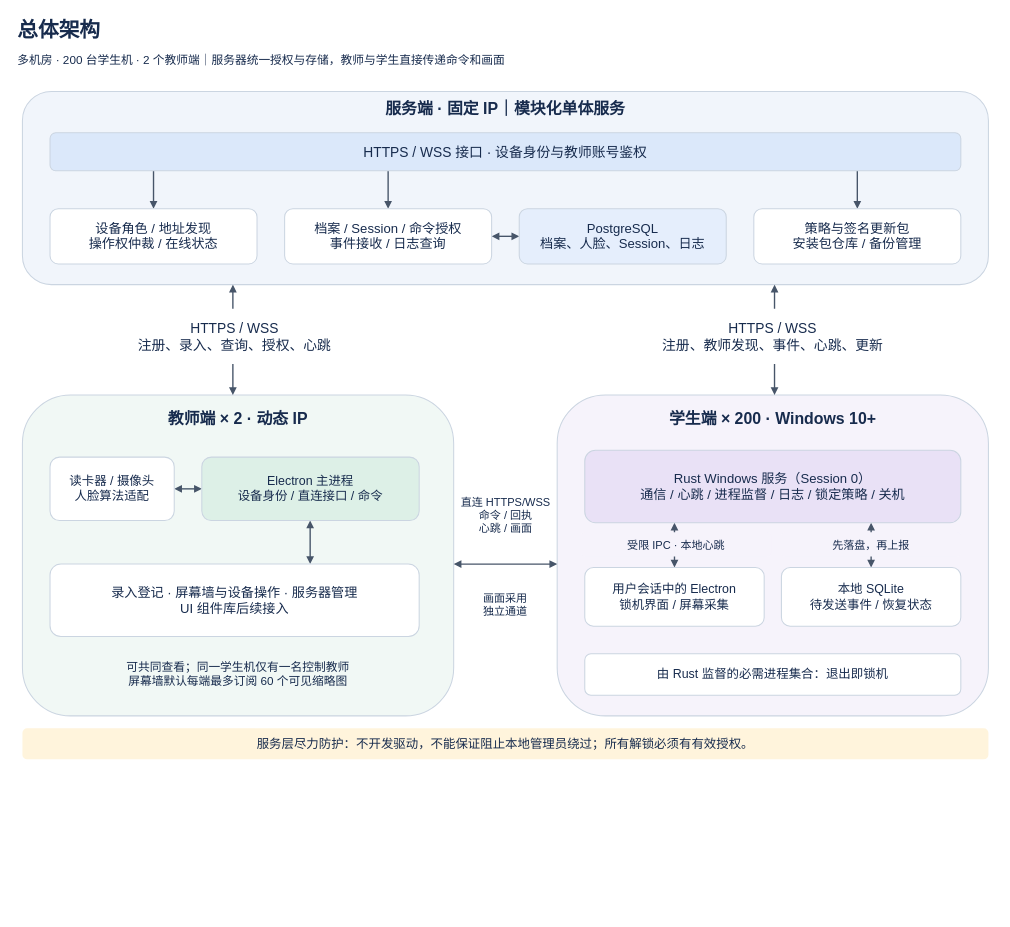
Earlier version of the draw.io diagram page "总体架构" (1 of 3) of docs/architecture.drawio (lmyzzzz/cyez-library-management). Source tidied: cells renumbered, new cells numbered last; positions are measured from the earlier drawing's top-left corner, leaving out a move shared by most shapes. Both pictures are drawn from the tidied source at 69%, with x=0, y=0 at pixel (12, 12).
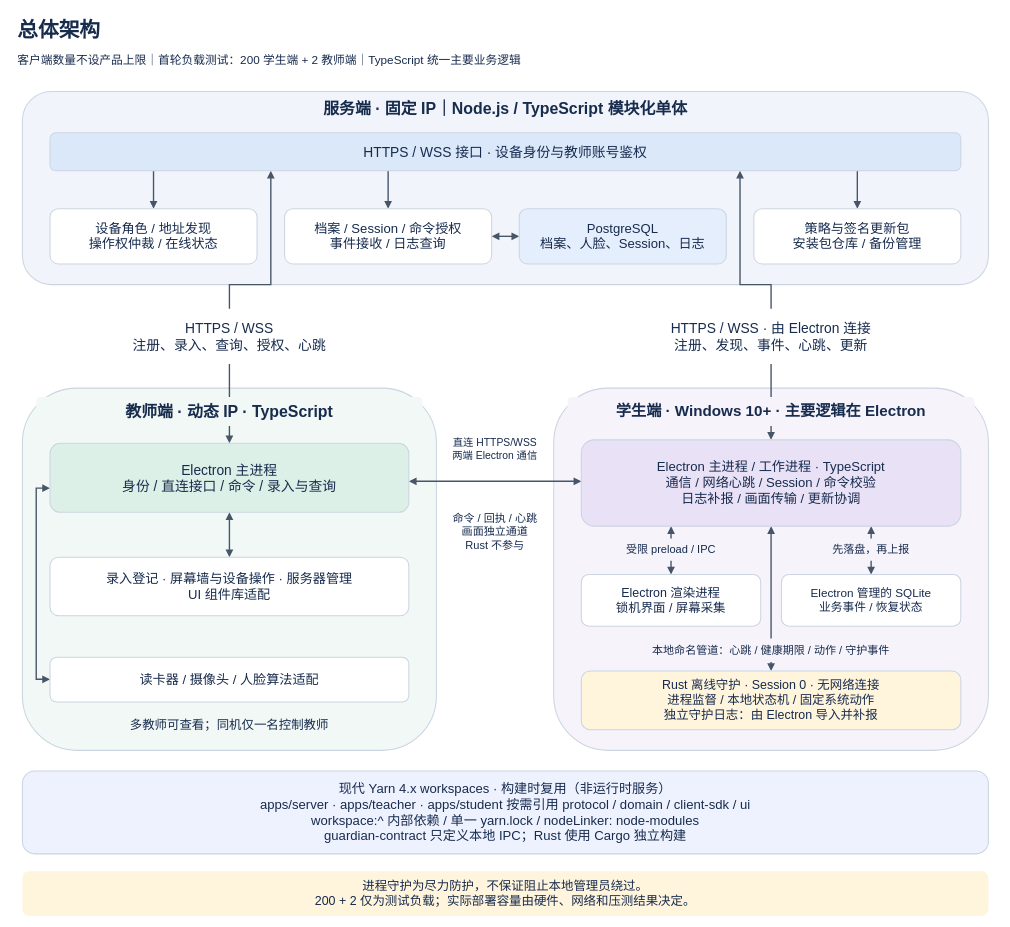
After the change.

Commit message (it also covers changes not shown here):
docs: move student logic to Electron and define Yarn workspaces

The change refers to these unchanged cells:
```xml
<mxCell id="2" style="rounded=1;whiteSpace=wrap;html=0;fillColor=#f1f5fb;strokeColor=#cbd5e1;strokeWidth=1.5;fontColor=#172b4d;fontFamily=Microsoft YaHei;fontSize=18;fontStyle=0;align=center;verticalAlign=middle;spacing=8;" parent="1" vertex="1">
  <mxGeometry x="15" y="115" width="1400" height="280" as="geometry" />
</mxCell>
<mxCell id="19" value="HTTPS / WSS 接口 · 设备身份与教师账号鉴权" style="rounded=1;whiteSpace=wrap;html=0;fillColor=#dbe8fa;strokeColor=#cbd5e1;strokeWidth=1.5;fontColor=#172b4d;fontFamily=Microsoft YaHei;fontSize=20;fontStyle=0;align=center;verticalAlign=middle;spacing=8;" parent="1" vertex="1">
  <mxGeometry x="55" y="175" width="1320" height="55" as="geometry" />
</mxCell>
```

Change to the diagram source:
```diff
@@
     <mxCell id="3" style="rounded=1;whiteSpace=wrap;html=0;fillColor=#f1f8f5;strokeColor=#cbd5e1;strokeWidth=1.5;fontColor=#172b4d;fontFamily=Microsoft YaHei;fontSize=18;fontStyle=0;align=center;verticalAlign=middle;spacing=8;" parent="1" vertex="1">
-      <mxGeometry x="15" y="555" width="625" height="465" as="geometry" />
+      <mxGeometry x="15" y="545" width="600" height="525" as="geometry" />
     </mxCell>
     <mxCell id="4" style="rounded=1;whiteSpace=wrap;html=0;fillColor=#f6f3fb;strokeColor=#cbd5e1;strokeWidth=1.5;fontColor=#172b4d;fontFamily=Microsoft YaHei;fontSize=18;fontStyle=0;align=center;verticalAlign=middle;spacing=8;" parent="1" vertex="1">
-      <mxGeometry x="790" y="555" width="625" height="465" as="geometry" />
+      <mxGeometry x="785" y="545" width="630" height="525" as="geometry" />
     </mxCell>
@@
+    <mxCell id="10" style="edgeStyle=none;rounded=0;html=0;strokeColor=#475569;strokeWidth=2;endArrow=block;endFill=1;startArrow=block;startFill=1;dashed=0;exitX=0.5;exitY=1.0;exitPerimeter=0;entryX=0.5;entryY=0.0;entryPerimeter=0;" parent="1" edge="1" source="26" target="27">
+      <mxGeometry relative="1" as="geometry" />
+    </mxCell>
-    <mxCell id="9" style="edgeStyle=none;rounded=0;html=0;strokeColor=#475569;strokeWidth=2;endArrow=block;endFill=1;startArrow=block;startFill=1;dashed=0;exitX=1.0;exitY=0.5;exitPerimeter=0;entryX=0.0;entryY=0.5;entryPerimeter=0;" parent="1" edge="1" source="25" target="26">
-      <mxGeometry relative="1" as="geometry" />
+    <mxCell id="9" style="edgeStyle=none;rounded=0;html=0;strokeColor=#475569;strokeWidth=2;endArrow=block;endFill=1;startArrow=block;startFill=1;dashed=0;exitX=0.0;exitY=0.49230769230769234;exitPerimeter=0;entryX=0.0;entryY=0.65;entryPerimeter=0;" parent="1" edge="1" source="25" target="26">
+      <mxGeometry relative="1" as="geometry">
+        <Array as="points">
+          <mxPoint x="35" y="967" />
+          <mxPoint x="35" y="690" />
+        </Array>
+      </mxGeometry>
     </mxCell>
-    <mxCell id="10" style="edgeStyle=none;rounded=0;html=0;strokeColor=#475569;strokeWidth=2;endArrow=block;endFill=1;startArrow=block;startFill=1;dashed=0;exitX=0.4984126984126984;exitY=1.0;exitPerimeter=0;entryX=0.7046728971962617;entryY=0.0;entryPerimeter=0;" parent="1" edge="1" source="26" target="27">
-      <mxGeometry relative="1" as="geometry" />
-    </mxCell>
-    <mxCell id="11" style="edgeStyle=none;rounded=0;html=0;strokeColor=#475569;strokeWidth=2;endArrow=block;endFill=1;startArrow=block;startFill=1;dashed=0;exitX=0.23853211009174313;exitY=1.0;exitPerimeter=0;entryX=0.5;entryY=0.0;entryPerimeter=0;" parent="1" edge="1" source="30" target="31">
-      <mxGeometry relative="1" as="geometry" />
-    </mxCell>
-    <mxCell id="12" style="edgeStyle=none;rounded=0;html=0;strokeColor=#475569;strokeWidth=2;endArrow=block;endFill=1;startArrow=block;startFill=1;dashed=0;exitX=0.7614678899082569;exitY=1.0;exitPerimeter=0;entryX=0.5;entryY=0.0;entryPerimeter=0;" parent="1" edge="1" source="30" target="32">
-      <mxGeometry relative="1" as="geometry" />
-    </mxCell>
+    <mxCell id="41" style="edgeStyle=none;rounded=0;html=0;strokeColor=#475569;strokeWidth=2;endArrow=block;endFill=1;startArrow=block;startFill=1;dashed=0;exitX=0.23636363636363636;exitY=1.0;exitPerimeter=0;entryX=0.5;entryY=0.0;entryPerimeter=0;" parent="1" edge="1" source="44" target="45">
+      <mxGeometry relative="1" as="geometry" />
+    </mxCell>
+    <mxCell id="42" style="edgeStyle=none;rounded=0;html=0;strokeColor=#475569;strokeWidth=2;endArrow=block;endFill=1;startArrow=block;startFill=1;dashed=0;exitX=0.7636363636363637;exitY=1.0;exitPerimeter=0;entryX=0.5;entryY=0.0;entryPerimeter=0;" parent="1" edge="1" source="44" target="32">
+      <mxGeometry relative="1" as="geometry" />
+    </mxCell>
+    <mxCell id="43" style="edgeStyle=none;rounded=0;html=0;strokeColor=#475569;strokeWidth=2;endArrow=block;endFill=1;startArrow=block;startFill=1;dashed=0;exitX=0.5;exitY=1.0;exitPerimeter=0;entryX=0.5;entryY=0.0;entryPerimeter=0;" parent="1" edge="1" source="44" target="30">
+      <mxGeometry relative="1" as="geometry" />
+    </mxCell>
-    <mxCell id="13" style="edgeStyle=none;rounded=0;html=0;strokeColor=#475569;strokeWidth=2;endArrow=block;endFill=1;startArrow=block;startFill=1;dashed=0;exitX=0.488;exitY=0.0;exitPerimeter=0;entryX=0.21785714285714286;entryY=1.0;entryPerimeter=0;" parent="1" edge="1" source="3" target="2">
-      <mxGeometry relative="1" as="geometry" />
+    <mxCell id="13" style="edgeStyle=none;rounded=0;html=0;strokeColor=#475569;strokeWidth=2;endArrow=block;endFill=1;startArrow=block;startFill=1;dashed=0;exitX=0.5;exitY=0.0;exitPerimeter=0;entryX=0.24242424242424243;entryY=1.0;entryPerimeter=0;" parent="1" edge="1" source="26" target="19">
+      <mxGeometry relative="1" as="geometry">
+        <Array as="points">
+          <mxPoint x="315" y="395" />
+          <mxPoint x="375" y="395" />
+        </Array>
+      </mxGeometry>
     </mxCell>
-    <mxCell id="14" style="edgeStyle=none;rounded=0;html=0;strokeColor=#475569;strokeWidth=2;endArrow=block;endFill=1;startArrow=block;startFill=1;dashed=0;exitX=0.504;exitY=0.0;exitPerimeter=0;entryX=0.7785714285714286;entryY=1.0;entryPerimeter=0;" parent="1" edge="1" source="4" target="2">
-      <mxGeometry relative="1" as="geometry" />
+    <mxCell id="14" style="edgeStyle=none;rounded=0;html=0;strokeColor=#475569;strokeWidth=2;endArrow=block;endFill=1;startArrow=block;startFill=1;dashed=0;exitX=0.5;exitY=0.0;exitPerimeter=0;entryX=0.7575757575757576;entryY=1.0;entryPerimeter=0;" parent="1" edge="1" source="44" target="19">
+      <mxGeometry relative="1" as="geometry">
+        <Array as="points">
+          <mxPoint x="1100" y="395" />
+          <mxPoint x="1055" y="395" />
+        </Array>
+      </mxGeometry>
     </mxCell>
-    <mxCell id="15" style="edgeStyle=none;rounded=0;html=0;strokeColor=#475569;strokeWidth=2;endArrow=block;endFill=1;startArrow=block;startFill=1;dashed=0;exitX=1.0;exitY=0.5268817204301075;exitPerimeter=0;entryX=0.0;entryY=0.5268817204301075;entryPerimeter=0;" parent="1" edge="1" source="3" target="4">
+    <mxCell id="15" style="edgeStyle=none;rounded=0;html=0;strokeColor=#475569;strokeWidth=2;endArrow=block;endFill=1;startArrow=block;startFill=1;dashed=0;exitX=1.0;exitY=0.55;exitPerimeter=0;entryX=0.0;entryY=0.48;entryPerimeter=0;" parent="1" edge="1" source="26" target="44">
       <mxGeometry relative="1" as="geometry" />
     </mxCell>
@@
-    <mxCell id="17" value="多机房 · 200 台学生机 · 2 个教师端｜服务器统一授权与存储，教师与学生直接传递命令和画面" style="rounded=1;whiteSpace=wrap;html=0;fillColor=none;strokeColor=none;strokeWidth=1.5;fontColor=#172b4d;fontFamily=Microsoft YaHei;fontSize=17;fontStyle=0;align=left;verticalAlign=middle;spacing=8;" parent="1" vertex="1">
+    <mxCell id="17" value="客户端数量不设产品上限｜首轮负载测试：200 学生端 + 2 教师端｜TypeScript 统一主要业务逻辑" style="rounded=1;whiteSpace=wrap;html=0;fillColor=none;strokeColor=none;strokeWidth=1.5;fontColor=#172b4d;fontFamily=Microsoft YaHei;fontSize=17;fontStyle=0;align=left;verticalAlign=middle;spacing=8;" parent="1" vertex="1">
       <mxGeometry y="53" width="1430" height="36" as="geometry" />
     </mxCell>
-    <mxCell id="18" value="服务端 · 固定 IP｜模块化单体服务" style="rounded=1;whiteSpace=wrap;html=0;fillColor=none;strokeColor=none;strokeWidth=1.5;fontColor=#172b4d;fontFamily=Microsoft YaHei;fontSize=23;fontStyle=1;align=center;verticalAlign=middle;spacing=8;" parent="1" vertex="1">
+    <mxCell id="18" value="服务端 · 固定 IP｜Node.js / TypeScript 模块化单体" style="rounded=1;whiteSpace=wrap;html=0;fillColor=none;strokeColor=none;strokeWidth=1.5;fontColor=#172b4d;fontFamily=Microsoft YaHei;fontSize=23;fontStyle=1;align=center;verticalAlign=middle;spacing=8;" parent="1" vertex="1">
       <mxGeometry x="35" y="120" width="1360" height="40" as="geometry" />
     </mxCell>
@@
-    <mxCell id="24" value="教师端 × 2 · 动态 IP" style="rounded=1;whiteSpace=wrap;html=0;fillColor=none;strokeColor=none;strokeWidth=1.5;fontColor=#172b4d;fontFamily=Microsoft YaHei;fontSize=23;fontStyle=1;align=center;verticalAlign=middle;spacing=8;" parent="1" vertex="1">
-      <mxGeometry x="35" y="568" width="585" height="42" as="geometry" />
+    <mxCell id="24" value="教师端 · 动态 IP · TypeScript" style="rounded=1;whiteSpace=wrap;html=0;fillColor=#f1f8f5;strokeColor=none;strokeWidth=1.5;fontColor=#172b4d;fontFamily=Microsoft YaHei;fontSize=23;fontStyle=1;align=center;verticalAlign=middle;spacing=8;" parent="1" vertex="1">
+      <mxGeometry x="35" y="558" width="560" height="42" as="geometry" />
     </mxCell>
-    <mxCell id="25" value="读卡器 / 摄像头&#10;人脸算法适配" style="rounded=1;whiteSpace=wrap;html=0;fillColor=#ffffff;strokeColor=#cbd5e1;strokeWidth=1.5;fontColor=#172b4d;fontFamily=Microsoft YaHei;fontSize=18;fontStyle=0;align=center;verticalAlign=middle;spacing=8;" parent="1" vertex="1">
-      <mxGeometry x="55" y="645" width="180" height="92" as="geometry" />
-    </mxCell>
-    <mxCell id="26" value="Electron 主进程&#10;设备身份 / 直连接口 / 命令" style="rounded=1;whiteSpace=wrap;html=0;fillColor=#ddf0e7;strokeColor=#cbd5e1;strokeWidth=1.5;fontColor=#172b4d;fontFamily=Microsoft YaHei;fontSize=18;fontStyle=0;align=center;verticalAlign=middle;spacing=8;" parent="1" vertex="1">
-      <mxGeometry x="275" y="645" width="315" height="92" as="geometry" />
+    <mxCell id="26" value="Electron 主进程&#10;身份 / 直连接口 / 命令 / 录入与查询" style="rounded=1;whiteSpace=wrap;html=0;fillColor=#ddf0e7;strokeColor=#cbd5e1;strokeWidth=1.5;fontColor=#172b4d;fontFamily=Microsoft YaHei;fontSize=20;fontStyle=0;align=center;verticalAlign=middle;spacing=8;" parent="1" vertex="1">
+      <mxGeometry x="55" y="625" width="520" height="100" as="geometry" />
     </mxCell>
-    <mxCell id="27" value="录入登记 · 屏幕墙与设备操作 · 服务器管理&#10;UI 组件库后续接入" style="rounded=1;whiteSpace=wrap;html=0;fillColor=#ffffff;strokeColor=#cbd5e1;strokeWidth=1.5;fontColor=#172b4d;fontFamily=Microsoft YaHei;fontSize=19;fontStyle=0;align=center;verticalAlign=middle;spacing=8;" parent="1" vertex="1">
-      <mxGeometry x="55" y="800" width="535" height="105" as="geometry" />
+    <mxCell id="27" value="录入登记 · 屏幕墙与设备操作 · 服务器管理&#10;UI 组件库适配" style="rounded=1;whiteSpace=wrap;html=0;fillColor=#ffffff;strokeColor=#cbd5e1;strokeWidth=1.5;fontColor=#172b4d;fontFamily=Microsoft YaHei;fontSize=19;fontStyle=0;align=center;verticalAlign=middle;spacing=8;" parent="1" vertex="1">
+      <mxGeometry x="55" y="790" width="520" height="85" as="geometry" />
     </mxCell>
+    <mxCell id="25" value="读卡器 / 摄像头 / 人脸算法适配" style="rounded=1;whiteSpace=wrap;html=0;fillColor=#ffffff;strokeColor=#cbd5e1;strokeWidth=1.5;fontColor=#172b4d;fontFamily=Microsoft YaHei;fontSize=19;fontStyle=0;align=center;verticalAlign=middle;spacing=8;" parent="1" vertex="1">
+      <mxGeometry x="55" y="935" width="520" height="65" as="geometry" />
+    </mxCell>
-    <mxCell id="28" value="可共同查看；同一学生机仅有一名控制教师&#10;屏幕墙默认每端最多订阅 60 个可见缩略图" style="rounded=1;whiteSpace=wrap;html=0;fillColor=none;strokeColor=none;strokeWidth=1.5;fontColor=#172b4d;fontFamily=Microsoft YaHei;fontSize=17;fontStyle=0;align=center;verticalAlign=middle;spacing=8;" parent="1" vertex="1">
-      <mxGeometry x="45" y="930" width="565" height="60" as="geometry" />
+    <mxCell id="28" value="多教师可查看；同机仅一名控制教师" style="rounded=1;whiteSpace=wrap;html=0;fillColor=none;strokeColor=none;strokeWidth=1.5;fontColor=#172b4d;fontFamily=Microsoft YaHei;fontSize=18;fontStyle=0;align=center;verticalAlign=middle;spacing=8;" parent="1" vertex="1">
+      <mxGeometry x="45" y="1010" width="540" height="45" as="geometry" />
     </mxCell>
-    <mxCell id="29" value="学生端 × 200 · Windows 10+" style="rounded=1;whiteSpace=wrap;html=0;fillColor=none;strokeColor=none;strokeWidth=1.5;fontColor=#172b4d;fontFamily=Microsoft YaHei;fontSize=23;fontStyle=1;align=center;verticalAlign=middle;spacing=8;" parent="1" vertex="1">
-      <mxGeometry x="810" y="568" width="585" height="42" as="geometry" />
+    <mxCell id="29" value="学生端 · Windows 10+ · 主要逻辑在 Electron" style="rounded=1;whiteSpace=wrap;html=0;fillColor=#f6f3fb;strokeColor=none;strokeWidth=1.5;fontColor=#172b4d;fontFamily=Microsoft YaHei;fontSize=22;fontStyle=1;align=center;verticalAlign=middle;spacing=8;" parent="1" vertex="1">
+      <mxGeometry x="805" y="558" width="590" height="42" as="geometry" />
     </mxCell>
+    <mxCell id="44" value="Electron 主进程 / 工作进程 · TypeScript&#10;通信 / 网络心跳 / Session / 命令校验&#10;日志补报 / 画面传输 / 更新协调" style="rounded=1;whiteSpace=wrap;html=0;fillColor=#e9e1f6;strokeColor=#cbd5e1;strokeWidth=1.5;fontColor=#172b4d;fontFamily=Microsoft YaHei;fontSize=19;fontStyle=0;align=center;verticalAlign=middle;spacing=8;" parent="1" vertex="1">
+      <mxGeometry x="825" y="620" width="550" height="125" as="geometry" />
+    </mxCell>
+    <mxCell id="45" value="Electron 渲染进程&#10;锁机界面 / 屏幕采集" style="rounded=1;whiteSpace=wrap;html=0;fillColor=#ffffff;strokeColor=#cbd5e1;strokeWidth=1.5;fontColor=#172b4d;fontFamily=Microsoft YaHei;fontSize=18;fontStyle=0;align=center;verticalAlign=middle;spacing=8;" parent="1" vertex="1">
+      <mxGeometry x="825" y="815" width="260" height="75" as="geometry" />
+    </mxCell>
+    <mxCell id="32" value="Electron 管理的 SQLite&#10;业务事件 / 恢复状态" style="rounded=1;whiteSpace=wrap;html=0;fillColor=#ffffff;strokeColor=#cbd5e1;strokeWidth=1.5;fontColor=#172b4d;fontFamily=Microsoft YaHei;fontSize=17;fontStyle=0;align=center;verticalAlign=middle;spacing=8;" parent="1" vertex="1">
+      <mxGeometry x="1115" y="815" width="260" height="75" as="geometry" />
+    </mxCell>
+    <mxCell id="46" value="受限 preload / IPC" style="rounded=1;whiteSpace=wrap;html=0;fillColor=#f6f3fb;strokeColor=none;strokeWidth=1.5;fontColor=#172b4d;fontFamily=Microsoft YaHei;fontSize=16;fontStyle=0;align=center;verticalAlign=middle;spacing=8;" parent="1" vertex="1">
+      <mxGeometry x="830" y="763" width="250" height="32" as="geometry" />
+    </mxCell>
+    <mxCell id="34" value="先落盘，再上报" style="rounded=1;whiteSpace=wrap;html=0;fillColor=#f6f3fb;strokeColor=none;strokeWidth=1.5;fontColor=#172b4d;fontFamily=Microsoft YaHei;fontSize=16;fontStyle=0;align=center;verticalAlign=middle;spacing=8;" parent="1" vertex="1">
+      <mxGeometry x="1115" y="763" width="260" height="32" as="geometry" />
+    </mxCell>
-    <mxCell id="30" value="Rust Windows 服务（Session 0）&#10;通信 / 心跳 / 进程监督 / 日志 / 锁定策略 / 关机" style="rounded=1;whiteSpace=wrap;html=0;fillColor=#e9e1f6;strokeColor=#cbd5e1;strokeWidth=1.5;fontColor=#172b4d;fontFamily=Microsoft YaHei;fontSize=19;fontStyle=0;align=center;verticalAlign=middle;spacing=8;" parent="1" vertex="1">
-      <mxGeometry x="830" y="635" width="545" height="105" as="geometry" />
+    <mxCell id="30" value="Rust 离线守护 · Session 0 · 无网络连接&#10;进程监督 / 本地状态机 / 固定系统动作&#10;独立守护日志：由 Electron 导入并补报" style="rounded=1;whiteSpace=wrap;html=0;fillColor=#fff4dc;strokeColor=#cbd5e1;strokeWidth=1.5;fontColor=#172b4d;fontFamily=Microsoft YaHei;fontSize=18;fontStyle=0;align=center;verticalAlign=middle;spacing=8;" parent="1" vertex="1">
+      <mxGeometry x="825" y="955" width="550" height="85" as="geometry" />
     </mxCell>
-    <mxCell id="31" value="用户会话中的 Electron&#10;锁机界面 / 屏幕采集" style="rounded=1;whiteSpace=wrap;html=0;fillColor=#ffffff;strokeColor=#cbd5e1;strokeWidth=1.5;fontColor=#172b4d;fontFamily=Microsoft YaHei;fontSize=18;fontStyle=0;align=center;verticalAlign=middle;spacing=8;" parent="1" vertex="1">
-      <mxGeometry x="830" y="805" width="260" height="85" as="geometry" />
-    </mxCell>
-    <mxCell id="32" value="本地 SQLite&#10;待发送事件 / 恢复状态" style="rounded=1;whiteSpace=wrap;html=0;fillColor=#ffffff;strokeColor=#cbd5e1;strokeWidth=1.5;fontColor=#172b4d;fontFamily=Microsoft YaHei;fontSize=18;fontStyle=0;align=center;verticalAlign=middle;spacing=8;" parent="1" vertex="1">
-      <mxGeometry x="1115" y="805" width="260" height="85" as="geometry" />
-    </mxCell>
-    <mxCell id="33" value="受限 IPC · 本地心跳" style="rounded=1;whiteSpace=wrap;html=0;fillColor=#f6f3fb;strokeColor=none;strokeWidth=1.5;fontColor=#172b4d;fontFamily=Microsoft YaHei;fontSize=16;fontStyle=0;align=center;verticalAlign=middle;spacing=8;" parent="1" vertex="1">
-      <mxGeometry x="825" y="754" width="275" height="35" as="geometry" />
-    </mxCell>
-    <mxCell id="34" value="先落盘，再上报" style="rounded=1;whiteSpace=wrap;html=0;fillColor=#f6f3fb;strokeColor=none;strokeWidth=1.5;fontColor=#172b4d;fontFamily=Microsoft YaHei;fontSize=16;fontStyle=0;align=center;verticalAlign=middle;spacing=8;" parent="1" vertex="1">
-      <mxGeometry x="1115" y="754" width="260" height="35" as="geometry" />
-    </mxCell>
-    <mxCell id="35" value="由 Rust 监督的必需进程集合：退出即锁机" style="rounded=1;whiteSpace=wrap;html=0;fillColor=#ffffff;strokeColor=#cbd5e1;strokeWidth=1.5;fontColor=#172b4d;fontFamily=Microsoft YaHei;fontSize=18;fontStyle=0;align=center;verticalAlign=middle;spacing=8;" parent="1" vertex="1">
-      <mxGeometry x="830" y="930" width="545" height="60" as="geometry" />
-    </mxCell>
+    <mxCell id="47" value="本地命名管道：心跳 / 健康期限 / 动作 / 守护事件" style="rounded=1;whiteSpace=wrap;html=0;fillColor=#f6f3fb;strokeColor=none;strokeWidth=1.5;fontColor=#172b4d;fontFamily=Microsoft YaHei;fontSize=16;fontStyle=0;align=center;verticalAlign=middle;spacing=8;" parent="1" vertex="1">
+      <mxGeometry x="830" y="908" width="540" height="34" as="geometry" />
+    </mxCell>
     <mxCell id="36" value="HTTPS / WSS&#10;注册、录入、查询、授权、心跳" style="rounded=1;whiteSpace=wrap;html=0;fillColor=#ffffff;strokeColor=none;strokeWidth=1.5;fontColor=#172b4d;fontFamily=Microsoft YaHei;fontSize=20;fontStyle=0;align=center;verticalAlign=middle;spacing=8;" parent="1" vertex="1">
-      <mxGeometry x="55" y="430" width="535" height="80" as="geometry" />
+      <mxGeometry x="55" y="430" width="520" height="80" as="geometry" />
     </mxCell>
-    <mxCell id="37" value="HTTPS / WSS&#10;注册、教师发现、事件、心跳、更新" style="rounded=1;whiteSpace=wrap;html=0;fillColor=#ffffff;strokeColor=none;strokeWidth=1.5;fontColor=#172b4d;fontFamily=Microsoft YaHei;fontSize=20;fontStyle=0;align=center;verticalAlign=middle;spacing=8;" parent="1" vertex="1">
-      <mxGeometry x="830" y="430" width="545" height="80" as="geometry" />
+    <mxCell id="37" value="HTTPS / WSS · 由 Electron 连接&#10;注册、发现、事件、心跳、更新" style="rounded=1;whiteSpace=wrap;html=0;fillColor=#ffffff;strokeColor=none;strokeWidth=1.5;fontColor=#172b4d;fontFamily=Microsoft YaHei;fontSize=20;fontStyle=0;align=center;verticalAlign=middle;spacing=8;" parent="1" vertex="1">
+      <mxGeometry x="825" y="430" width="550" height="80" as="geometry" />
     </mxCell>
-    <mxCell id="38" value="直连 HTTPS/WSS&#10;命令 / 回执&#10;心跳 / 画面" style="rounded=1;whiteSpace=wrap;html=0;fillColor=#ffffff;strokeColor=none;strokeWidth=1.5;fontColor=#172b4d;fontFamily=Microsoft YaHei;fontSize=16;fontStyle=0;align=center;verticalAlign=middle;spacing=8;" parent="1" vertex="1">
-      <mxGeometry x="643" y="672" width="145" height="113" as="geometry" />
+    <mxCell id="38" value="直连 HTTPS/WSS&#10;两端 Electron 通信" style="rounded=1;whiteSpace=wrap;html=0;fillColor=#ffffff;strokeColor=none;strokeWidth=1.5;fontColor=#172b4d;fontFamily=Microsoft YaHei;fontSize=15;fontStyle=0;align=center;verticalAlign=middle;spacing=8;" parent="1" vertex="1">
+      <mxGeometry x="618" y="600" width="164" height="66" as="geometry" />
     </mxCell>
-    <mxCell id="39" value="画面采用&#10;独立通道" style="rounded=1;whiteSpace=wrap;html=0;fillColor=none;strokeColor=none;strokeWidth=1.5;fontColor=#172b4d;fontFamily=Microsoft YaHei;fontSize=16;fontStyle=0;align=center;verticalAlign=middle;spacing=8;" parent="1" vertex="1">
-      <mxGeometry x="649" y="820" width="132" height="77" as="geometry" />
+    <mxCell id="39" value="命令 / 回执 / 心跳&#10;画面独立通道&#10;Rust 不参与" style="rounded=1;whiteSpace=wrap;html=0;fillColor=none;strokeColor=none;strokeWidth=1.5;fontColor=#172b4d;fontFamily=Microsoft YaHei;fontSize=16;fontStyle=0;align=center;verticalAlign=middle;spacing=8;" parent="1" vertex="1">
+      <mxGeometry x="621" y="700" width="158" height="105" as="geometry" />
     </mxCell>
+    <mxCell id="48" value="现代 Yarn 4.x workspaces · 构建时复用（非运行时服务）&#10;apps/server · apps/teacher · apps/student 按需引用 protocol / domain / client-sdk / ui&#10;workspace:^ 内部依赖 / 单一 yarn.lock / nodeLinker: node-modules&#10;guardian-contract 只定义本地 IPC；Rust 使用 Cargo 独立构建" style="rounded=1;whiteSpace=wrap;html=0;fillColor=#eef2ff;strokeColor=#cbd5e1;strokeWidth=1.5;fontColor=#172b4d;fontFamily=Microsoft YaHei;fontSize=19;fontStyle=0;align=center;verticalAlign=middle;spacing=8;" parent="1" vertex="1">
+      <mxGeometry x="15" y="1100" width="1400" height="120" as="geometry" />
+    </mxCell>
-    <mxCell id="40" value="服务层尽力防护：不开发驱动，不能保证阻止本地管理员绕过；所有解锁必须有有效授权。" style="rounded=1;whiteSpace=wrap;html=0;fillColor=#fff4dc;strokeColor=none;strokeWidth=1.5;fontColor=#172b4d;fontFamily=Microsoft YaHei;fontSize=18;fontStyle=0;align=center;verticalAlign=middle;spacing=8;" parent="1" vertex="1">
-      <mxGeometry x="15" y="1038" width="1400" height="45" as="geometry" />
+    <mxCell id="40" value="进程守护为尽力防护，不保证阻止本地管理员绕过。&#10;200 + 2 仅为测试负载；实际部署容量由硬件、网络和压测结果决定。" style="rounded=1;whiteSpace=wrap;html=0;fillColor=#fff4dc;strokeColor=none;strokeWidth=1.5;fontColor=#172b4d;fontFamily=Microsoft YaHei;fontSize=18;fontStyle=0;align=center;verticalAlign=middle;spacing=8;" parent="1" vertex="1">
+      <mxGeometry x="15" y="1245" width="1400" height="65" as="geometry" />
     </mxCell>
```
